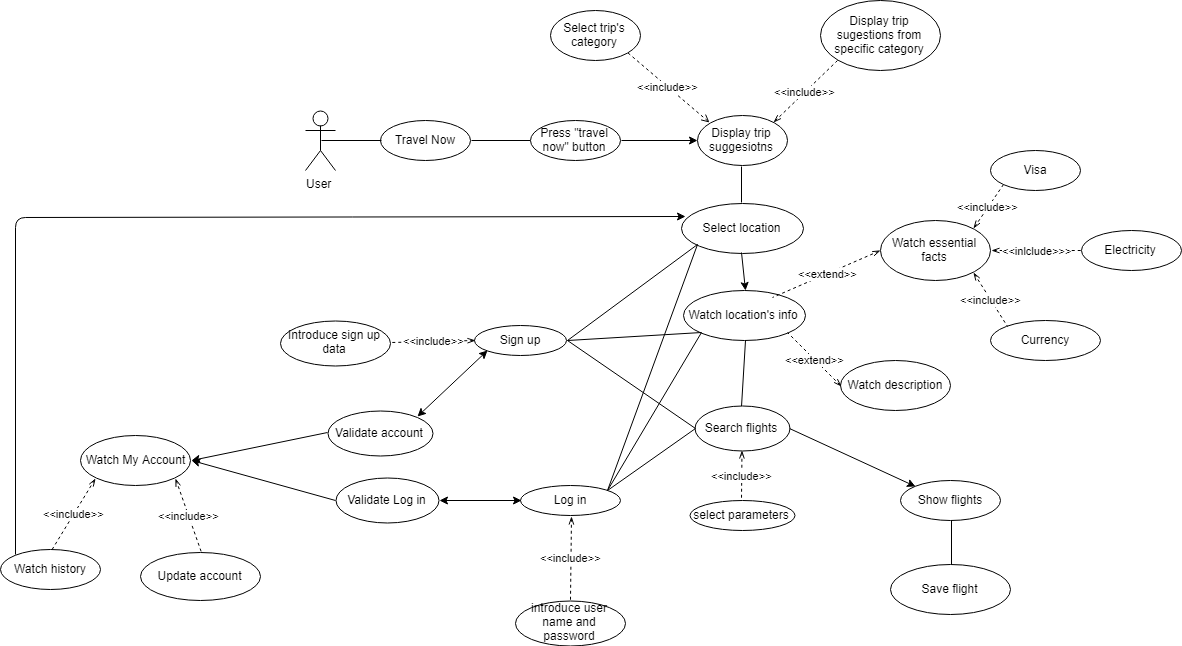
The draw.io diagram arhit/TripInspire.png in StavaracheAntonio/proiect-TW, before a commit. Source tidied: cells renumbered, new cells last; positions are measured from the earlier drawing's top-left corner, leaving out a move shared by most shapes.
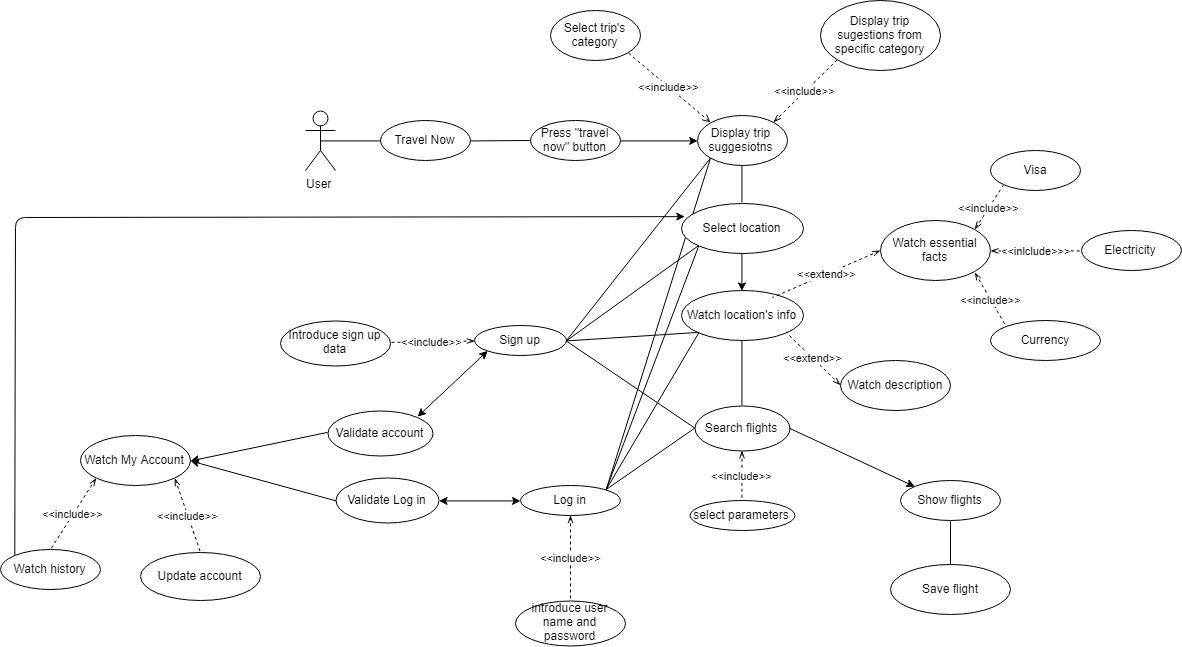
The same file after the commit.

What changed in the source:
```diff
@@ -38,14 +38,11 @@
     <mxCell id="13" style="endArrow=none;html=1;entryX=0.5;entryY=1;entryDx=0;entryDy=0;exitX=0.5;exitY=0;exitDx=0;exitDy=0;" parent="1" edge="1" source="14" target="7">
       <mxGeometry relative="1" as="geometry" />
     </mxCell>
-    <mxCell id="14" value="Select location" style="ellipse;whiteSpace=wrap;html=1;" parent="1" vertex="1">
-      <mxGeometry x="680.5" y="202.5" width="122" height="50" as="geometry" />
-    </mxCell>
     <mxCell id="15" style="endArrow=classic;html=1;exitX=0.5;exitY=1;exitDx=0;exitDy=0;entryX=0.5;entryY=0;entryDx=0;entryDy=0;" parent="1" edge="1" source="14" target="16">
       <mxGeometry relative="1" as="geometry" />
     </mxCell>
     <mxCell id="16" value="Watch location's info" style="ellipse;whiteSpace=wrap;html=1;" parent="1" vertex="1">
-      <mxGeometry x="683" y="290" width="122" height="50" as="geometry" />
+      <mxGeometry x="681" y="290" width="122" height="50" as="geometry" />
     </mxCell>
     <mxCell id="17" value="Watch description" style="ellipse;whiteSpace=wrap;html=1;" parent="1" vertex="1">
       <mxGeometry x="840" y="360" width="110" height="50" as="geometry" />
@@ -180,5 +177,14 @@
         </Array>
       </mxGeometry>
     </mxCell>
+    <mxCell id="59" style="endArrow=none;html=1;entryX=0;entryY=1;entryDx=0;entryDy=0;exitX=1;exitY=0.5;exitDx=0;exitDy=0;" parent="1" edge="1" source="39" target="7">
+      <mxGeometry relative="1" as="geometry" />
+    </mxCell>
+    <mxCell id="60" style="endArrow=none;html=1;entryX=0;entryY=1;entryDx=0;entryDy=0;exitX=1;exitY=0;exitDx=0;exitDy=0;" parent="1" edge="1" source="33" target="7">
+      <mxGeometry relative="1" as="geometry" />
+    </mxCell>
+    <mxCell id="14" value="Select location" style="ellipse;whiteSpace=wrap;html=1;" parent="1" vertex="1">
+      <mxGeometry x="680.5" y="202.5" width="122" height="50" as="geometry" />
+    </mxCell>
   </root>
 </mxGraphModel>
```
